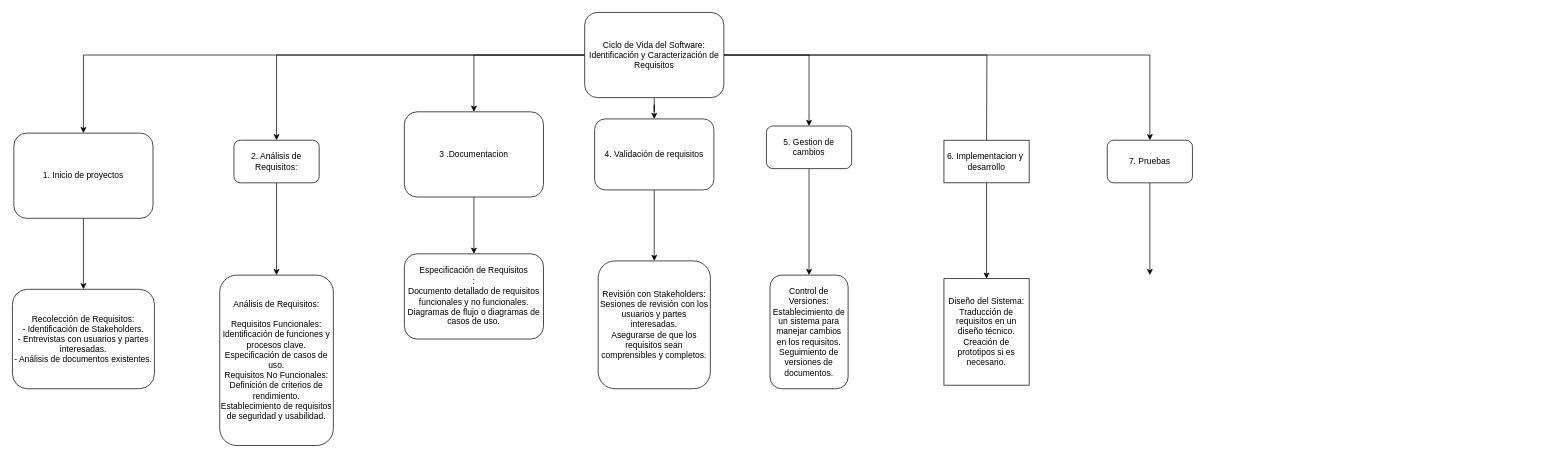
Earlier version of the draw.io diagram GA4-22050195-AA3-EV01 Mapa conceptual para la identificicacion y caracterizacion de los componentes del ciclo de vida del software.drawio (afrolino02/afrolino02). Source tidied: cells renumbered, new cells numbered last; positions are measured from the earlier drawing's top-left corner, leaving out a move shared by most shapes. Both pictures are drawn from the tidied source at 71%, with x=0, y=0 at pixel (12, 12).
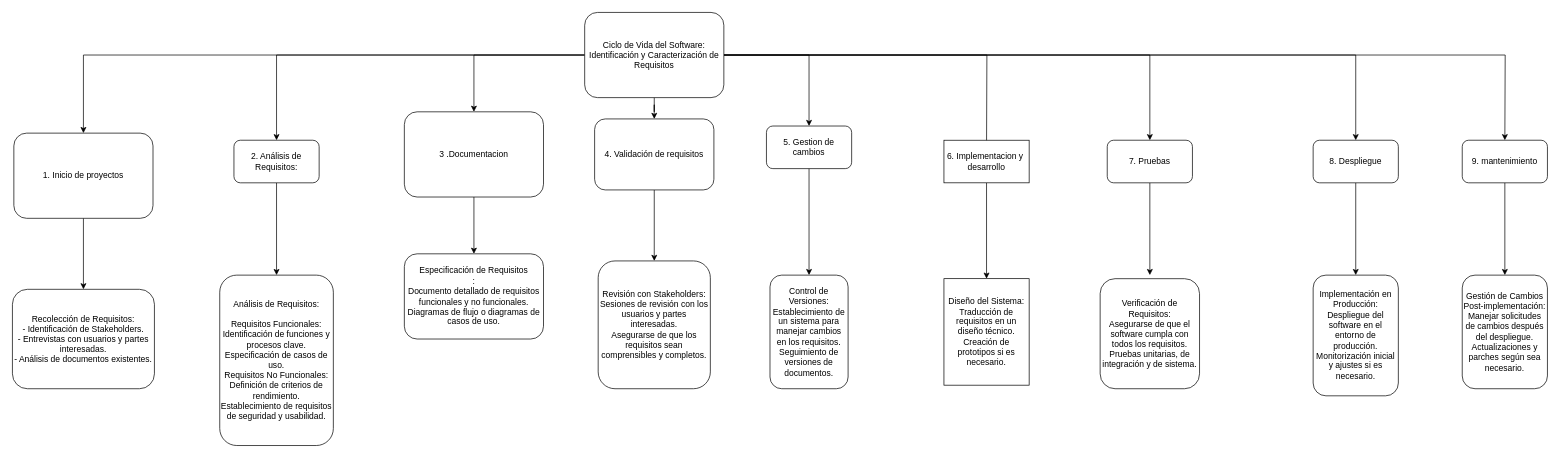
Above is the later version.

The change refers to these unchanged cells:
```xml
<mxCell id="9" value="&lt;div&gt;Ciclo de Vida del Software: Identificación y Caracterización de Requisitos&lt;br&gt;&lt;/div&gt;" style="rounded=1;whiteSpace=wrap;html=1;" parent="1" vertex="1">
  <mxGeometry x="806" width="196" height="120" as="geometry" />
</mxCell>
```

The edit, as a diff of the source:
```diff
@@
+    <mxCell id="30" style="edgeStyle=orthogonalEdgeStyle;rounded=0;jettySize=auto;html=1;" parent="1" edge="1" source="9" target="34">
+      <mxGeometry relative="1" as="geometry" />
+    </mxCell>
+    <mxCell id="31" style="edgeStyle=orthogonalEdgeStyle;rounded=0;jettySize=auto;html=1;" parent="1" edge="1" source="9">
+      <mxGeometry relative="1" as="geometry">
+        <mxPoint x="2102" y="180" as="targetPoint" />
+      </mxGeometry>
+    </mxCell>
@@
+    <mxCell id="32" value="&lt;div&gt;Verificación de Requisitos:&lt;/div&gt;&lt;div&gt;Asegurarse de que el software cumpla con todos los requisitos.&lt;/div&gt;&lt;div&gt;Pruebas unitarias, de integración y de sistema.&lt;/div&gt;" style="rounded=1;whiteSpace=wrap;html=1;" parent="1" vertex="1">
+      <mxGeometry x="1532" y="375" width="140" height="155" as="geometry" />
+    </mxCell>
+    <mxCell id="33" style="edgeStyle=orthogonalEdgeStyle;rounded=0;jettySize=auto;html=1;" parent="1" edge="1" source="34" target="35">
+      <mxGeometry relative="1" as="geometry" />
+    </mxCell>
+    <mxCell id="34" value="8. Despliegue" style="whiteSpace=wrap;html=1;rounded=1;" parent="1" vertex="1">
+      <mxGeometry x="1832" y="180" width="120" height="60" as="geometry" />
+    </mxCell>
+    <mxCell id="35" value="Implementación en Producción: Despliegue del software en el entorno de producción. Monitorización inicial y ajustes si es necesario." style="whiteSpace=wrap;html=1;rounded=1;" parent="1" vertex="1">
+      <mxGeometry x="1832" y="370" width="120" height="170" as="geometry" />
+    </mxCell>
+    <mxCell id="36" style="edgeStyle=orthogonalEdgeStyle;rounded=0;jettySize=auto;html=1;" parent="1" edge="1" source="37" target="38">
+      <mxGeometry relative="1" as="geometry" />
+    </mxCell>
+    <mxCell id="37" value="9. mantenimiento" style="rounded=1;whiteSpace=wrap;html=1;" parent="1" vertex="1">
+      <mxGeometry x="2042" y="180" width="120" height="60" as="geometry" />
+    </mxCell>
+    <mxCell id="38" value="&lt;div&gt;Gestión de Cambios Post-implementación:&lt;/div&gt;&lt;div&gt;Manejar solicitudes de cambios después del despliegue.&lt;/div&gt;&lt;div&gt;Actualizaciones y parches según sea necesario.&lt;/div&gt;" style="rounded=1;whiteSpace=wrap;html=1;" parent="1" vertex="1">
+      <mxGeometry x="2042" y="370" width="120" height="160" as="geometry" />
+    </mxCell>
```
